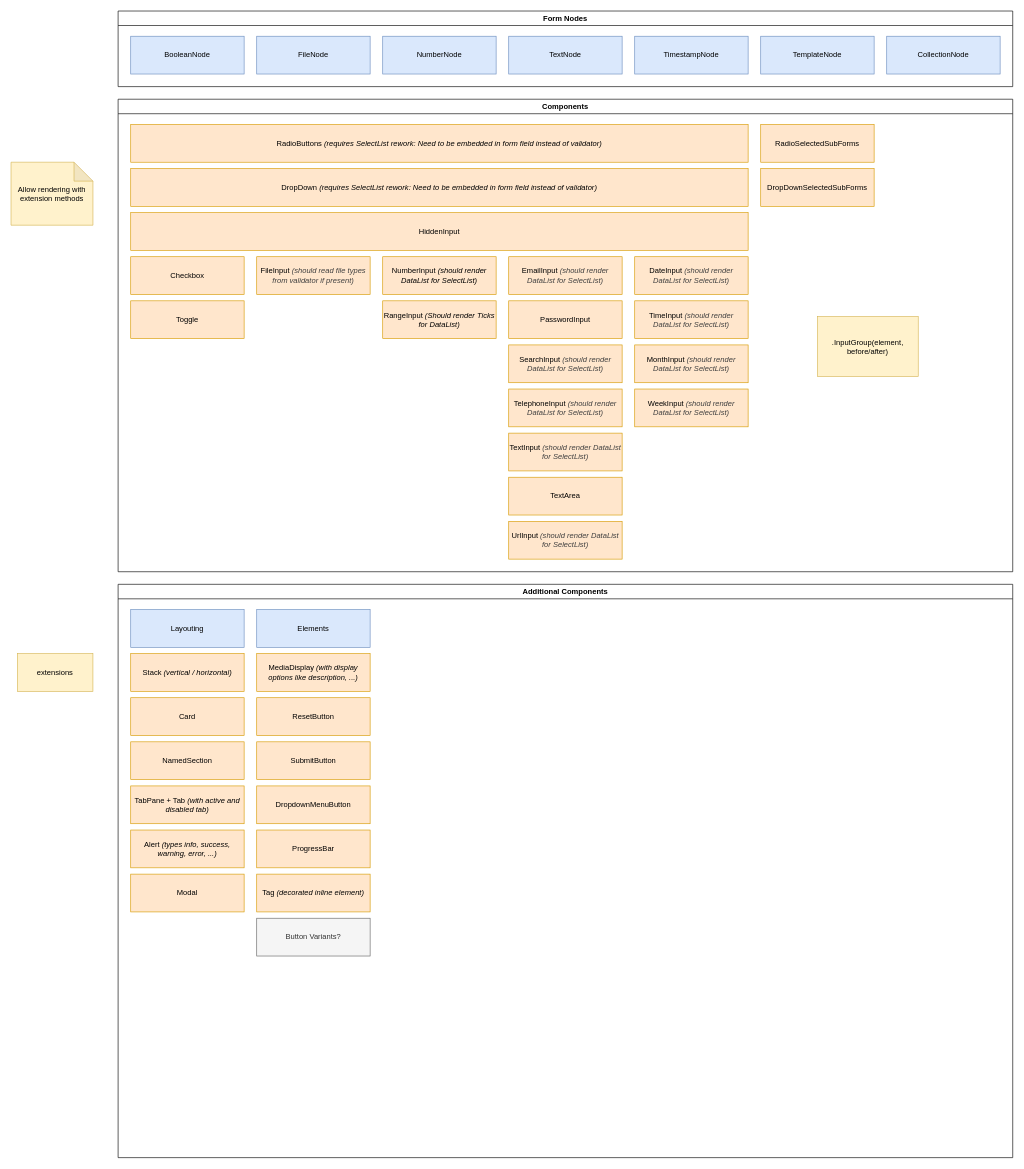
Earlier version of the draw.io diagram doc/forms-concept/ui_components.drawio (RGXStorm281/common). Source tidied: cells renumbered, new cells numbered last; positions are measured from the earlier drawing's top-left corner, leaving out a move shared by most shapes. Both pictures are drawn from the tidied source at 63%, with x=0, y=0 at pixel (11, 11).
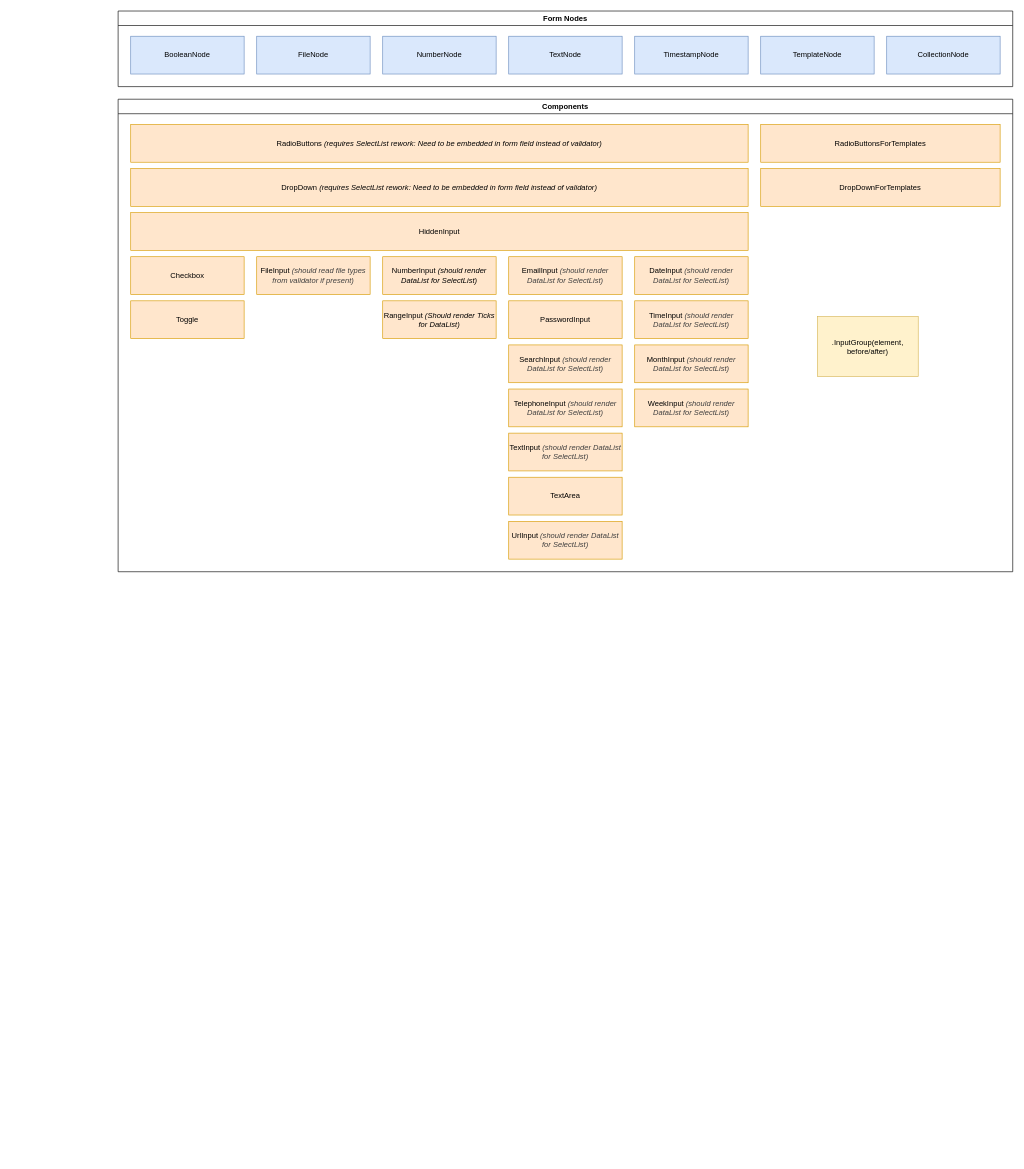
The same page after the edit.

Commit message:
decision to focus on rendering form elements for now

Unchanged cells that the change refers to:
```xml
<mxCell id="10" value="Components" style="swimlane;whiteSpace=wrap;html=1;" parent="1" vertex="1">
  <mxGeometry x="170" y="140" width="1420" height="750" as="geometry" />
</mxCell>
```

What changed in the source:
```diff
@@
-    <mxCell id="29" value="RadioSelectedSubForms" style="rounded=0;whiteSpace=wrap;html=1;strokeColor=#d79b00;align=center;verticalAlign=middle;fontFamily=Helvetica;fontSize=12;fontColor=default;fillColor=#ffe6cc;" parent="10" vertex="1">
-      <mxGeometry x="1020" y="40" width="180" height="60" as="geometry" />
+    <mxCell id="29" value="RadioButtonsForTemplates" style="rounded=0;whiteSpace=wrap;html=1;strokeColor=#d79b00;align=center;verticalAlign=middle;fontFamily=Helvetica;fontSize=12;fontColor=default;fillColor=#ffe6cc;" parent="10" vertex="1">
+      <mxGeometry x="1020" y="40" width="380" height="60" as="geometry" />
     </mxCell>
-    <mxCell id="30" value="DropDownSelectedSubForms" style="rounded=0;whiteSpace=wrap;html=1;strokeColor=#d79b00;align=center;verticalAlign=middle;fontFamily=Helvetica;fontSize=12;fontColor=default;fillColor=#ffe6cc;" parent="10" vertex="1">
-      <mxGeometry x="1020" y="110" width="180" height="60" as="geometry" />
+    <mxCell id="30" value="DropDownForTemplates" style="rounded=0;whiteSpace=wrap;html=1;strokeColor=#d79b00;align=center;verticalAlign=middle;fontFamily=Helvetica;fontSize=12;fontColor=default;fillColor=#ffe6cc;" parent="10" vertex="1">
+      <mxGeometry x="1020" y="110" width="380" height="60" as="geometry" />
     </mxCell>
@@
-    <mxCell id="33" value="Additional Components" style="swimlane;whiteSpace=wrap;html=1;rounded=0;align=center;verticalAlign=middle;fontFamily=Helvetica;fontSize=12;" parent="1" vertex="1">
-      <mxGeometry x="170" y="910" width="1420" height="910" as="geometry" />
-    </mxCell>
-    <mxCell id="34" value="ResetButton" style="rounded=0;whiteSpace=wrap;html=1;strokeColor=#d79b00;align=center;verticalAlign=middle;fontFamily=Helvetica;fontSize=12;fontColor=default;fillColor=#ffe6cc;" parent="33" vertex="1">
-      <mxGeometry x="220" y="180" width="180" height="60" as="geometry" />
-    </mxCell>
-    <mxCell id="35" value="SubmitButton" style="rounded=0;whiteSpace=wrap;html=1;strokeColor=#d79b00;align=center;verticalAlign=middle;fontFamily=Helvetica;fontSize=12;fontColor=default;fillColor=#ffe6cc;" parent="33" vertex="1">
-      <mxGeometry x="220" y="250" width="180" height="60" as="geometry" />
-    </mxCell>
-    <mxCell id="36" value="DropdownMenuButton" style="rounded=0;whiteSpace=wrap;html=1;strokeColor=#d79b00;align=center;verticalAlign=middle;fontFamily=Helvetica;fontSize=12;fontColor=default;fillColor=#ffe6cc;" parent="33" vertex="1">
-      <mxGeometry x="220" y="320" width="180" height="60" as="geometry" />
-    </mxCell>
-    <mxCell id="37" value="Card" style="rounded=0;whiteSpace=wrap;html=1;strokeColor=#d79b00;align=center;verticalAlign=middle;fontFamily=Helvetica;fontSize=12;fontColor=default;fillColor=#ffe6cc;" parent="33" vertex="1">
-      <mxGeometry x="20" y="180" width="180" height="60" as="geometry" />
-    </mxCell>
-    <mxCell id="38" value="NamedSection" style="rounded=0;whiteSpace=wrap;html=1;strokeColor=#d79b00;align=center;verticalAlign=middle;fontFamily=Helvetica;fontSize=12;fontColor=default;fillColor=#ffe6cc;" parent="33" vertex="1">
-      <mxGeometry x="20" y="250" width="180" height="60" as="geometry" />
-    </mxCell>
-    <mxCell id="39" value="Layouting" style="rounded=0;whiteSpace=wrap;html=1;strokeColor=#6c8ebf;align=center;verticalAlign=middle;fontFamily=Helvetica;fontSize=12;fillColor=#dae8fc;" parent="33" vertex="1">
-      <mxGeometry x="20" y="40" width="180" height="60" as="geometry" />
-    </mxCell>
-    <mxCell id="40" value="Elements" style="rounded=0;whiteSpace=wrap;html=1;strokeColor=#6c8ebf;align=center;verticalAlign=middle;fontFamily=Helvetica;fontSize=12;fillColor=#dae8fc;" parent="33" vertex="1">
-      <mxGeometry x="220" y="40" width="180" height="60" as="geometry" />
-    </mxCell>
-    <mxCell id="41" value="Stack &lt;i&gt;(vertical / horizontal)&lt;/i&gt;" style="rounded=0;whiteSpace=wrap;html=1;fillColor=#ffe6cc;strokeColor=#d79b00;" parent="33" vertex="1">
-      <mxGeometry x="20" y="110" width="180" height="60" as="geometry" />
-    </mxCell>
-    <mxCell id="42" value="MediaDisplay&lt;i&gt; (with display options like description, ...)&lt;/i&gt;" style="rounded=0;whiteSpace=wrap;html=1;strokeColor=#d79b00;align=center;verticalAlign=middle;fontFamily=Helvetica;fontSize=12;fontColor=default;fillColor=#ffe6cc;" parent="33" vertex="1">
-      <mxGeometry x="220" y="110" width="180" height="60" as="geometry" />
-    </mxCell>
-    <mxCell id="43" value="TabPane + Tab&amp;nbsp;&lt;i&gt;(with active and disabled tab)&lt;/i&gt;" style="rounded=0;whiteSpace=wrap;html=1;strokeColor=#d79b00;align=center;verticalAlign=middle;fontFamily=Helvetica;fontSize=12;fontColor=default;fillColor=#ffe6cc;" parent="33" vertex="1">
-      <mxGeometry x="20" y="320" width="180" height="60" as="geometry" />
-    </mxCell>
-    <mxCell id="44" value="Alert&amp;nbsp;&lt;i&gt;(types info, success, warning, error, ...)&lt;/i&gt;" style="rounded=0;whiteSpace=wrap;html=1;strokeColor=#d79b00;align=center;verticalAlign=middle;fontFamily=Helvetica;fontSize=12;fontColor=default;fillColor=#ffe6cc;" parent="33" vertex="1">
-      <mxGeometry x="20" y="390" width="180" height="60" as="geometry" />
-    </mxCell>
-    <mxCell id="45" value="ProgressBar" style="rounded=0;whiteSpace=wrap;html=1;strokeColor=#d79b00;align=center;verticalAlign=middle;fontFamily=Helvetica;fontSize=12;fontColor=default;fillColor=#ffe6cc;" parent="33" vertex="1">
-      <mxGeometry x="220" y="390" width="180" height="60" as="geometry" />
-    </mxCell>
-    <mxCell id="46" value="Tag &lt;i&gt;(decorated inline element)&lt;/i&gt;" style="rounded=0;whiteSpace=wrap;html=1;strokeColor=#d79b00;align=center;verticalAlign=middle;fontFamily=Helvetica;fontSize=12;fontColor=default;fillColor=#ffe6cc;" parent="33" vertex="1">
-      <mxGeometry x="220" y="460" width="180" height="60" as="geometry" />
-    </mxCell>
-    <mxCell id="47" value="Button Variants?" style="rounded=0;whiteSpace=wrap;html=1;fillColor=#f5f5f5;strokeColor=#666666;fontColor=#333333;" parent="33" vertex="1">
-      <mxGeometry x="220" y="530" width="180" height="60" as="geometry" />
-    </mxCell>
-    <mxCell id="48" value="Modal" style="rounded=0;whiteSpace=wrap;html=1;strokeColor=#d79b00;align=center;verticalAlign=middle;fontFamily=Helvetica;fontSize=12;fontColor=default;fillColor=#ffe6cc;" parent="33" vertex="1">
-      <mxGeometry x="20" y="460" width="180" height="60" as="geometry" />
-    </mxCell>
-    <mxCell id="49" value="Allow rendering with extension methods" style="shape=note;whiteSpace=wrap;html=1;backgroundOutline=1;darkOpacity=0.05;rounded=0;strokeColor=#d6b656;align=center;verticalAlign=middle;fontFamily=Helvetica;fontSize=12;fillColor=#fff2cc;" parent="1" vertex="1">
-      <mxGeometry y="240" width="130" height="100" as="geometry" />
-    </mxCell>
-    <mxCell id="50" value="extensions" style="rounded=0;whiteSpace=wrap;html=1;fillColor=#fff2cc;strokeColor=#d6b656;" parent="1" vertex="1">
-      <mxGeometry x="10" y="1020" width="120" height="60" as="geometry" />
-    </mxCell>
```
